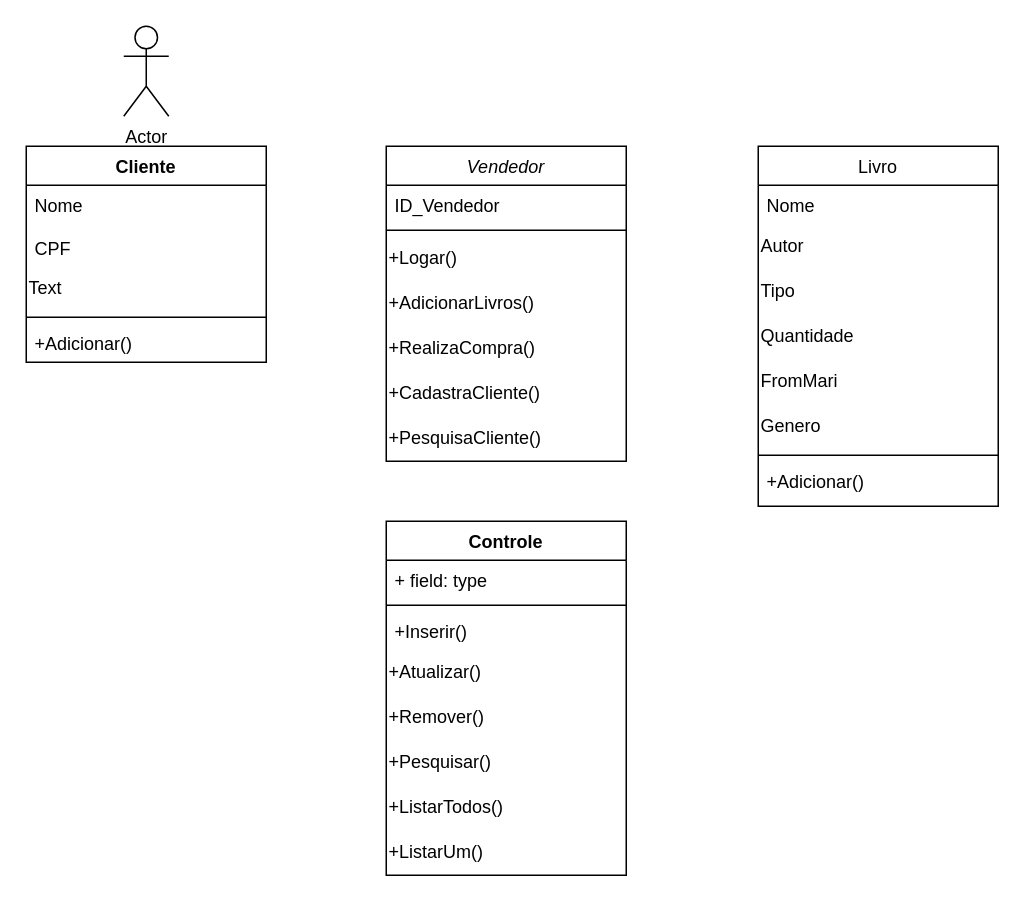
Earlier version of the draw.io diagram Documentação/UML_Primeira_Parte.drawio (AlecrimLunar/Banco-de-dados-Livraria). Source tidied: cells renumbered, new cells numbered last; positions are measured from the earlier drawing's top-left corner, leaving out a move shared by most shapes. Both pictures are drawn from the tidied source at 150%, with x=0, y=0 at pixel (26, 26).
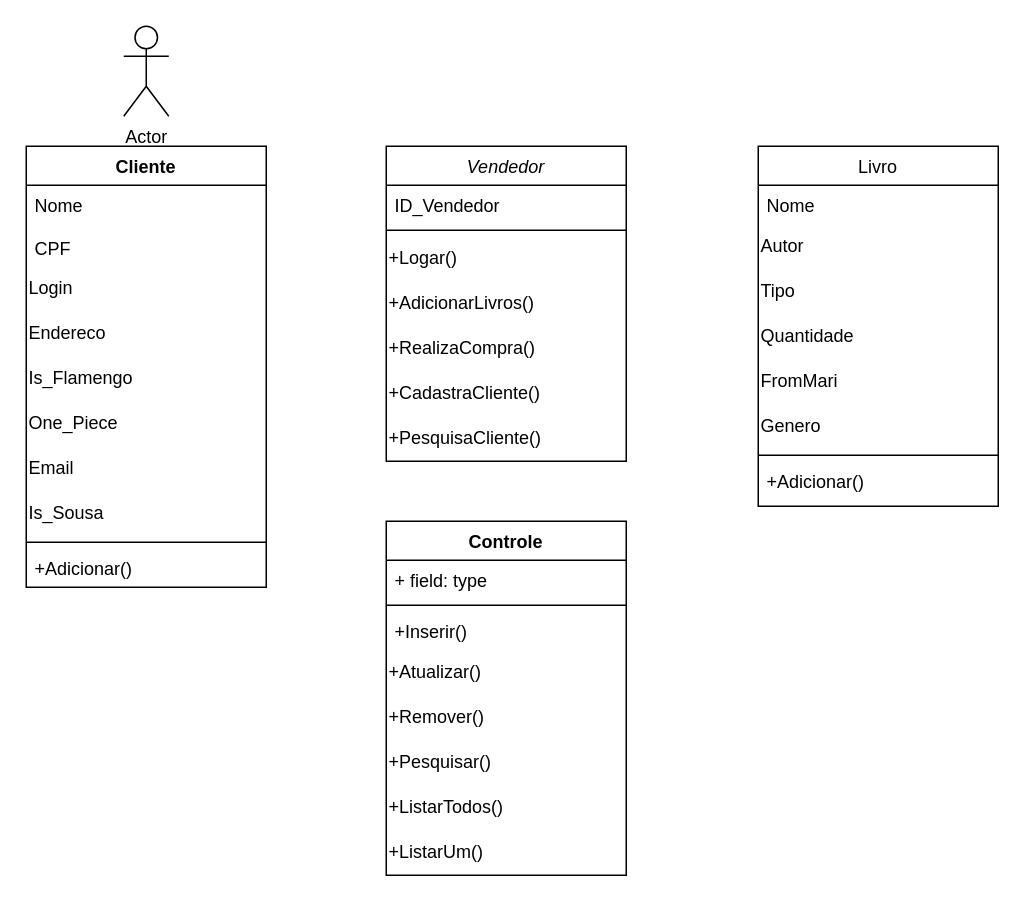
After the change.

Change to the diagram source:
```diff
@@
     <mxCell id="28" value="Cliente" style="swimlane;fontStyle=1;align=center;verticalAlign=top;horizontal=1;startSize=26;whiteSpace=wrap;html=1;" parent="1" vertex="1">
-      <mxGeometry y="80" width="160" height="144" as="geometry" />
+      <mxGeometry y="80" width="160" height="294" as="geometry" />
     </mxCell>
@@
-    <mxCell id="30" value="&lt;div align=&quot;left&quot;&gt;Text&lt;/div&gt;" style="text;html=1;align=left;verticalAlign=middle;strokeColor=none;fillColor=none;" parent="28" vertex="1">
+    <mxCell id="30" value="Login" style="text;html=1;align=left;verticalAlign=middle;strokeColor=none;fillColor=none;" parent="28" vertex="1">
       <mxGeometry y="80" width="160" height="30" as="geometry" />
     </mxCell>
+    <mxCell id="34" value="Endereco" style="text;html=1;align=left;verticalAlign=middle;strokeColor=none;fillColor=none;" parent="28" vertex="1">
+      <mxGeometry y="110" width="160" height="30" as="geometry" />
+    </mxCell>
+    <mxCell id="35" value="Is_Flamengo" style="text;html=1;align=left;verticalAlign=middle;strokeColor=none;fillColor=none;" parent="28" vertex="1">
+      <mxGeometry y="140" width="160" height="30" as="geometry" />
+    </mxCell>
+    <mxCell id="36" value="One_Piece" style="text;html=1;align=left;verticalAlign=middle;strokeColor=none;fillColor=none;" parent="28" vertex="1">
+      <mxGeometry y="170" width="160" height="30" as="geometry" />
+    </mxCell>
+    <mxCell id="37" value="Email" style="text;html=1;align=left;verticalAlign=middle;strokeColor=none;fillColor=none;" parent="28" vertex="1">
+      <mxGeometry y="200" width="160" height="30" as="geometry" />
+    </mxCell>
+    <mxCell id="38" value="Is_Sousa" style="text;html=1;align=left;verticalAlign=middle;strokeColor=none;fillColor=none;" parent="28" vertex="1">
+      <mxGeometry y="230" width="160" height="30" as="geometry" />
+    </mxCell>
     <mxCell id="31" style="line;strokeWidth=1;fillColor=none;align=left;verticalAlign=middle;spacingTop=-1;spacingLeft=3;spacingRight=3;labelPosition=right;strokeColor=inherit;" parent="28" vertex="1">
-      <mxGeometry y="110" width="160" height="8" as="geometry" />
+      <mxGeometry y="260" width="160" height="8" as="geometry" />
     </mxCell>
     <mxCell id="32" value="+Adicionar()" style="text;strokeColor=none;fillColor=none;align=left;verticalAlign=top;spacingLeft=4;spacingRight=4;overflow=hidden;whiteSpace=wrap;html=1;" parent="28" vertex="1">
-      <mxGeometry y="118" width="160" height="26" as="geometry" />
+      <mxGeometry y="268" width="160" height="26" as="geometry" />
     </mxCell>
```
